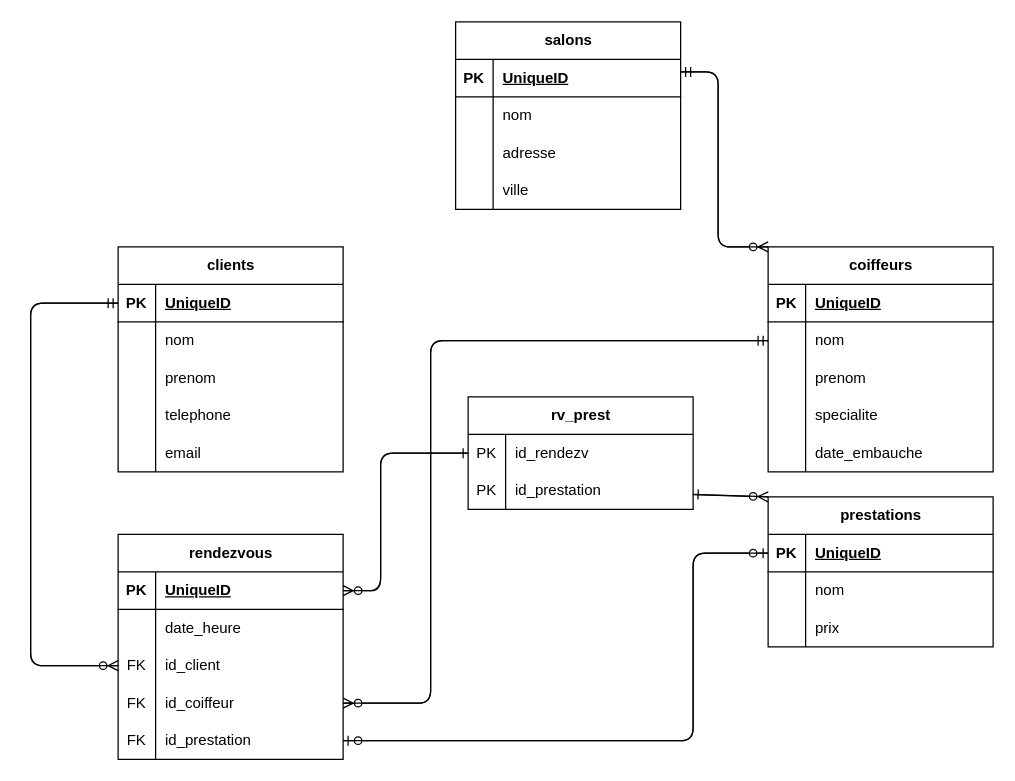
The draw.io diagram diagram-erd-draw.drawio in badrbelabrik/School-Management-System, before the edit. Source tidied: cells renumbered, new cells numbered last; positions are measured from the earlier drawing's top-left corner, leaving out a move shared by most shapes. Both pictures are drawn from the tidied source at 125%, with x=0, y=0 at pixel (30, 21).
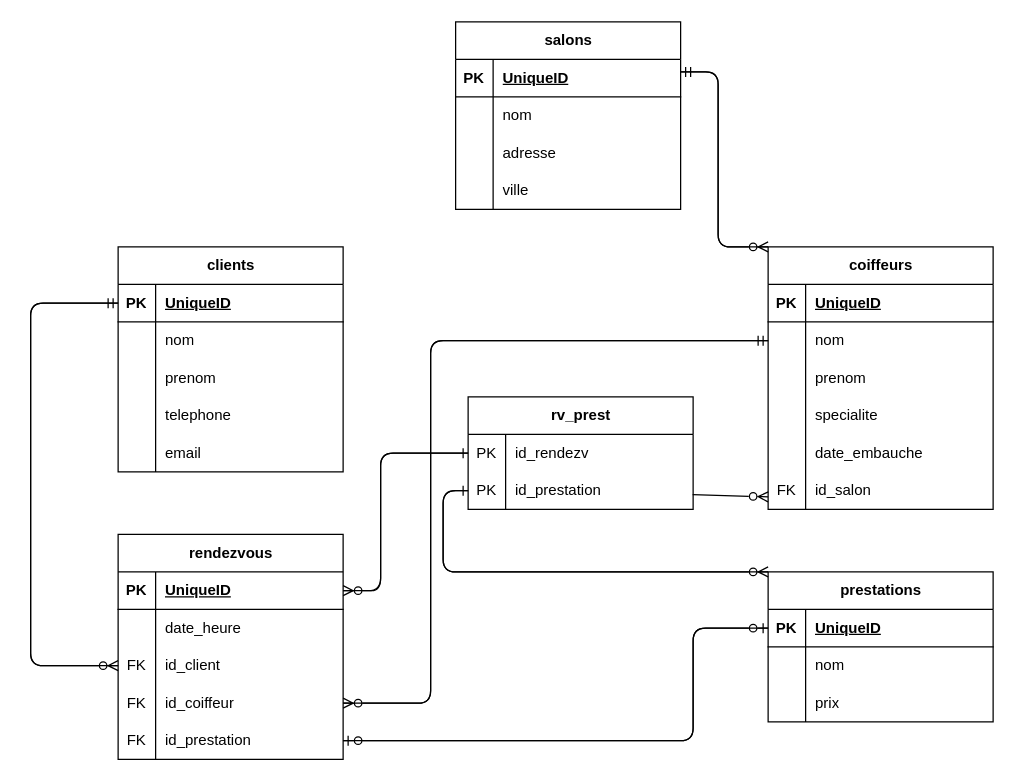
After the change.

Commit message (it also covers changes not shown here):
fix erd diagram

Unchanged cells that the change refers to:
```xml
<mxCell id="61" style="shape=tableRow;horizontal=0;startSize=0;swimlaneHead=0;swimlaneBody=0;fillColor=none;points=[[0,0.5],[1,0.5]];portConstraint=eastwest;top=0;left=0;right=0;bottom=0;" parent="48" vertex="1">
  <mxGeometry y="150" width="180" height="30" as="geometry" />
</mxCell>
<mxCell id="65" style="shape=tableRow;horizontal=0;startSize=0;swimlaneHead=0;swimlaneBody=0;fillColor=none;points=[[0,0.5],[1,0.5]];portConstraint=eastwest;top=0;left=0;right=0;bottom=1;" parent="64" vertex="1">
  <mxGeometry y="30" width="180" height="30" as="geometry" />
</mxCell>
<mxCell id="78" style="shape=tableRow;horizontal=0;startSize=0;swimlaneHead=0;swimlaneBody=0;fillColor=none;points=[[0,0.5],[1,0.5]];portConstraint=eastwest;top=0;left=0;right=0;bottom=0;" parent="74" vertex="1">
  <mxGeometry y="60" width="180" height="30" as="geometry" />
</mxCell>
```

What changed in the source:
```diff
@@
     <mxCell id="16" value="coiffeurs" style="shape=table;startSize=30;childLayout=tableLayout;rowLines=0;fontStyle=1;align=center;html=1;" parent="1" vertex="1">
-      <mxGeometry x="590" y="180" width="180" height="180" as="geometry" />
+      <mxGeometry x="590" y="180" width="180" height="210" as="geometry" />
     </mxCell>
@@
+    <mxCell id="92" style="shape=tableRow;horizontal=0;startSize=0;swimlaneHead=0;swimlaneBody=0;fillColor=none;top=0;left=0;right=0;bottom=0;" parent="16" vertex="1">
+      <mxGeometry y="180" width="180" height="30" as="geometry" />
+    </mxCell>
+    <mxCell id="93" value="FK" style="shape=partialRectangle;fillColor=none;top=0;left=0;bottom=0;right=0;overflow=hidden;whiteSpace=wrap;html=1;" parent="92" vertex="1">
+      <mxGeometry width="30" height="30" as="geometry" />
+    </mxCell>
+    <mxCell id="94" value="id_salon" style="shape=partialRectangle;fillColor=none;top=0;left=0;bottom=0;right=0;align=left;spacingLeft=6;overflow=hidden;whiteSpace=wrap;html=1;" parent="92" vertex="1">
+      <mxGeometry x="30" width="150" height="30" as="geometry" />
+    </mxCell>
@@
     <mxCell id="64" value="prestations" style="shape=table;startSize=30;childLayout=tableLayout;rowLines=0;fontStyle=1;align=center;html=1;" parent="1" vertex="1">
-      <mxGeometry x="590" y="380" width="180" height="120" as="geometry" />
+      <mxGeometry x="590" y="440" width="180" height="120" as="geometry" />
     </mxCell>
@@
     <mxCell id="85" style="edgeStyle=none;html=1;exitX=0;exitY=0.5;exitDx=0;exitDy=0;entryX=1;entryY=0.5;entryDx=0;entryDy=0;endArrow=ERzeroToOne;endFill=0;" parent="1" edge="1" source="65" target="61">
       <mxGeometry relative="1" as="geometry">
         <Array as="points">
-          <mxPoint x="530" y="425" />
+          <mxPoint x="530" y="485" />
           <mxPoint x="530" y="575" />
         </Array>
       </mxGeometry>
     </mxCell>
     <mxCell id="86" style="edgeStyle=none;html=1;exitX=1;exitY=0.5;exitDx=0;exitDy=0;entryX=0;entryY=0.5;entryDx=0;entryDy=0;endArrow=ERzeroToOne;endFill=0;" parent="1" edge="1" source="61" target="65">
       <mxGeometry relative="1" as="geometry">
         <Array as="points">
           <mxPoint x="530" y="575" />
-          <mxPoint x="530" y="425" />
+          <mxPoint x="530" y="485" />
         </Array>
       </mxGeometry>
     </mxCell>
@@
-    <mxCell id="90" style="edgeStyle=none;html=1;exitX=0;exitY=0;exitDx=0;exitDy=0;endArrow=ERone;endFill=0;" parent="1" edge="1" source="64" target="78">
-      <mxGeometry relative="1" as="geometry" />
+    <mxCell id="90" style="edgeStyle=none;html=1;exitX=0;exitY=0;exitDx=0;exitDy=0;endArrow=ERone;endFill=0;entryX=0;entryY=0.5;entryDx=0;entryDy=0;" parent="1" edge="1" source="64" target="78">
+      <mxGeometry relative="1" as="geometry">
+        <Array as="points">
+          <mxPoint x="330" y="440" />
+          <mxPoint x="330" y="375" />
+        </Array>
+      </mxGeometry>
     </mxCell>
@@
+    <mxCell id="95" style="edgeStyle=none;html=1;exitX=0;exitY=0.5;exitDx=0;exitDy=0;entryX=0;entryY=0;entryDx=0;entryDy=0;endArrow=ERzeroToMany;endFill=0;" parent="1" edge="1" source="78" target="64">
+      <mxGeometry relative="1" as="geometry">
+        <Array as="points">
+          <mxPoint x="330" y="375" />
+          <mxPoint x="330" y="440" />
+        </Array>
+      </mxGeometry>
+    </mxCell>
```
